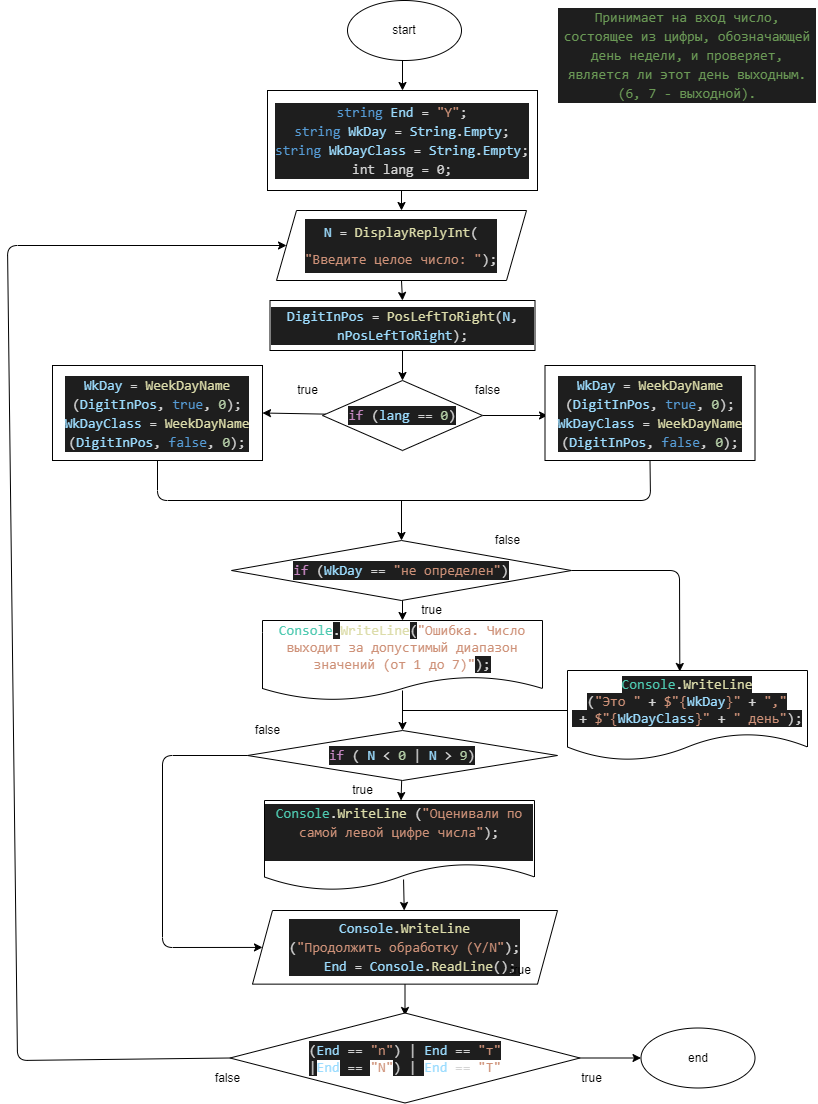
Above: Sem002_015/Blockchart015.drawio.png in ValeriiLubiako/C-Sharp_Repo (draw.io), before the change. Source tidied: cells renumbered, new cells last; positions are measured from the earlier drawing's top-left corner, leaving out a move shared by most shapes.
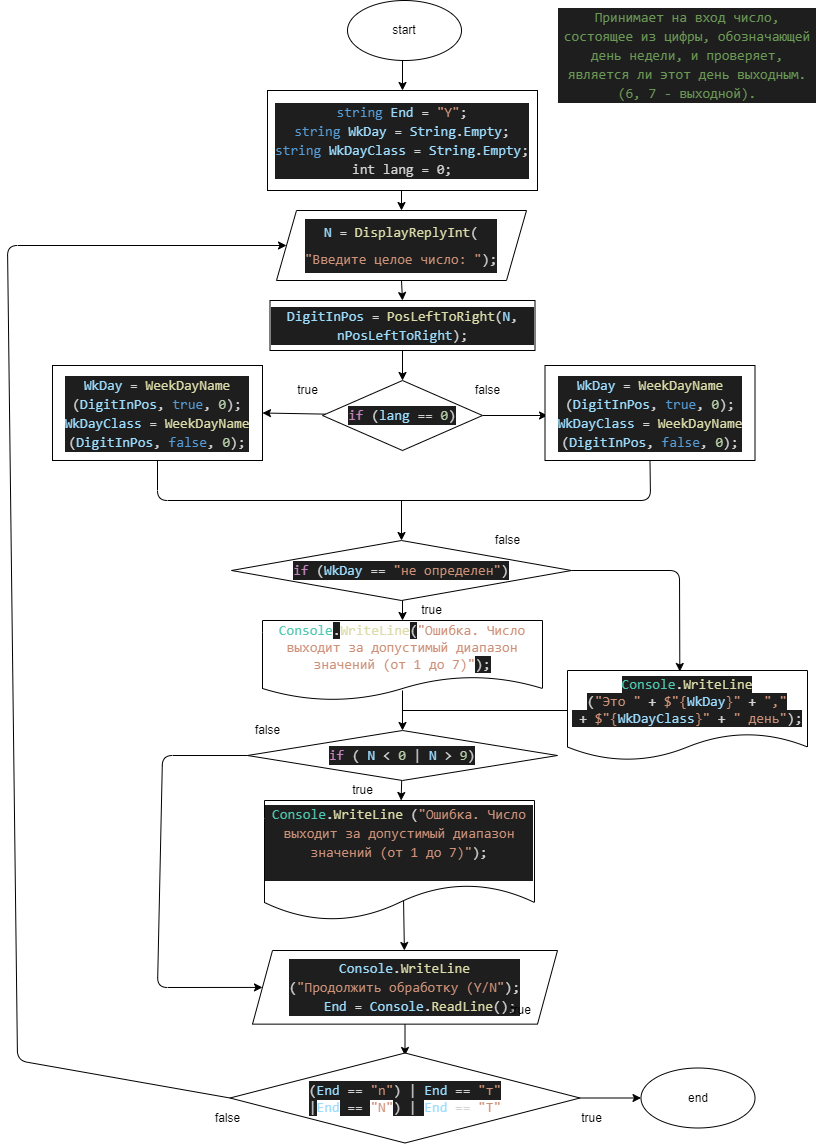
Above is the later version.

The edit, as a diff of the source:
```diff
@@ -47,11 +47,11 @@
     </mxCell>
     <mxCell id="13" style="edgeStyle=none;html=1;exitX=0.5;exitY=1;exitDx=0;exitDy=0;entryX=0.5;entryY=0;entryDx=0;entryDy=0;" parent="1" edge="1" source="14">
       <mxGeometry relative="1" as="geometry">
-        <mxPoint x="397.5" y="1015" as="targetPoint" />
+        <mxPoint x="397.5" y="1055" as="targetPoint" />
       </mxGeometry>
     </mxCell>
     <mxCell id="14" value="&lt;div style=&quot;background-color: rgb(30 , 30 , 30) ; font-family: &amp;#34;consolas&amp;#34; , &amp;#34;courier new&amp;#34; , monospace ; font-size: 14px ; line-height: 19px&quot;&gt;&lt;div style=&quot;font-family: &amp;#34;consolas&amp;#34; , &amp;#34;courier new&amp;#34; , monospace ; line-height: 19px&quot;&gt;&lt;div style=&quot;color: rgb(212 , 212 , 212)&quot;&gt;&lt;span style=&quot;color: #9cdcfe&quot;&gt;Console&lt;/span&gt;.&lt;span style=&quot;color: #dcdcaa&quot;&gt;WriteLine&lt;/span&gt;&lt;/div&gt;&lt;div&gt;&lt;font color=&quot;#d4d4d4&quot;&gt;(&lt;/font&gt;&lt;span style=&quot;color: rgb(206 , 145 , 120)&quot;&gt;&quot;Продолжить обработку (Y/N&quot;&lt;/span&gt;&lt;font color=&quot;#d4d4d4&quot;&gt;);&lt;/font&gt;&lt;/div&gt;&lt;div style=&quot;color: rgb(212 , 212 , 212)&quot;&gt;&amp;nbsp; &amp;nbsp; &lt;span style=&quot;color: #9cdcfe&quot;&gt;End&lt;/span&gt; = &lt;span style=&quot;color: #9cdcfe&quot;&gt;Console&lt;/span&gt;.&lt;span style=&quot;color: #dcdcaa&quot;&gt;ReadLine&lt;/span&gt;();&lt;/div&gt;&lt;/div&gt;&lt;/div&gt;" style="shape=parallelogram;perimeter=parallelogramPerimeter;whiteSpace=wrap;html=1;fixedSize=1;" parent="1" vertex="1">
-      <mxGeometry x="245" y="910" width="305" height="73.6" as="geometry" />
+      <mxGeometry x="245" y="950" width="305" height="73.6" as="geometry" />
     </mxCell>
     <mxCell id="15" style="edgeStyle=none;html=1;exitX=0;exitY=0.5;exitDx=0;exitDy=0;entryX=0;entryY=0.5;entryDx=0;entryDy=0;" parent="1" edge="1" source="17" target="21">
       <mxGeometry relative="1" as="geometry">
@@ -65,16 +65,16 @@
       <mxGeometry relative="1" as="geometry" />
     </mxCell>
     <mxCell id="17" value="&lt;div style=&quot;color: rgb(212 , 212 , 212) ; background-color: rgb(30 , 30 , 30) ; font-family: &amp;#34;consolas&amp;#34; , &amp;#34;courier new&amp;#34; , monospace ; font-size: 14px ; line-height: 19px&quot;&gt;(&lt;span style=&quot;color: #9cdcfe&quot;&gt;End&lt;/span&gt; == &lt;span style=&quot;color: #ce9178&quot;&gt;&quot;n&quot;&lt;/span&gt;) |&amp;nbsp;&lt;span style=&quot;color: rgb(156 , 220 , 254)&quot;&gt;End&lt;/span&gt;&lt;span&gt; == &lt;/span&gt;&lt;span style=&quot;color: rgb(206 , 145 , 120)&quot;&gt;&quot;т&quot;&lt;/span&gt;&lt;/div&gt;&lt;span style=&quot;color: rgb(212 , 212 , 212) ; font-family: &amp;#34;consolas&amp;#34; , &amp;#34;courier new&amp;#34; , monospace ; font-size: 14px ; background-color: rgb(30 , 30 , 30)&quot;&gt;|&lt;/span&gt;&lt;span style=&quot;font-family: &amp;#34;consolas&amp;#34; , &amp;#34;courier new&amp;#34; , monospace ; font-size: 14px ; color: rgb(156 , 220 , 254)&quot;&gt;End&lt;/span&gt;&lt;span style=&quot;color: rgb(212 , 212 , 212) ; font-family: &amp;#34;consolas&amp;#34; , &amp;#34;courier new&amp;#34; , monospace ; font-size: 14px ; background-color: rgb(30 , 30 , 30)&quot;&gt;&amp;nbsp;==&amp;nbsp;&lt;/span&gt;&lt;span style=&quot;font-family: &amp;#34;consolas&amp;#34; , &amp;#34;courier new&amp;#34; , monospace ; font-size: 14px ; color: rgb(206 , 145 , 120)&quot;&gt;&quot;N&quot;&lt;/span&gt;&lt;span style=&quot;color: rgb(212 , 212 , 212) ; font-family: &amp;#34;consolas&amp;#34; , &amp;#34;courier new&amp;#34; , monospace ; font-size: 14px ; background-color: rgb(30 , 30 , 30)&quot;&gt;) |&amp;nbsp;&lt;/span&gt;&lt;span style=&quot;font-family: &amp;#34;consolas&amp;#34; , &amp;#34;courier new&amp;#34; , monospace ; font-size: 14px ; color: rgb(156 , 220 , 254)&quot;&gt;End&lt;/span&gt;&lt;span style=&quot;color: rgb(212 , 212 , 212) ; font-family: &amp;#34;consolas&amp;#34; , &amp;#34;courier new&amp;#34; , monospace ; font-size: 14px&quot;&gt;&amp;nbsp;==&amp;nbsp;&lt;/span&gt;&lt;span style=&quot;font-family: &amp;#34;consolas&amp;#34; , &amp;#34;courier new&amp;#34; , monospace ; font-size: 14px ; color: rgb(206 , 145 , 120)&quot;&gt;&quot;Т&quot;&lt;/span&gt;" style="rhombus;whiteSpace=wrap;html=1;" parent="1" vertex="1">
-      <mxGeometry x="222.5" y="1012.5" width="350" height="90" as="geometry" />
+      <mxGeometry x="222.5" y="1052.5" width="350" height="90" as="geometry" />
     </mxCell>
     <mxCell id="18" value="false" style="text;html=1;align=center;verticalAlign=middle;strokeColor=none;fillColor=none;" parent="1" vertex="1">
-      <mxGeometry x="200" y="1067.5" width="40" height="20" as="geometry" />
+      <mxGeometry x="200" y="1107.5" width="40" height="20" as="geometry" />
     </mxCell>
     <mxCell id="19" value="true" style="text;html=1;align=center;verticalAlign=middle;strokeColor=none;fillColor=none;" parent="1" vertex="1">
       <mxGeometry x="404" y="600" width="40" height="20" as="geometry" />
     </mxCell>
     <mxCell id="20" value="true" style="text;html=1;align=center;verticalAlign=middle;strokeColor=none;fillColor=none;" parent="1" vertex="1">
-      <mxGeometry x="492.5" y="960" width="40" height="20" as="geometry" />
+      <mxGeometry x="492.5" y="1000" width="40" height="20" as="geometry" />
     </mxCell>
     <mxCell id="21" value="&lt;div style=&quot;color: rgb(212 , 212 , 212) ; background-color: rgb(30 , 30 , 30) ; font-family: &amp;#34;consolas&amp;#34; , &amp;#34;courier new&amp;#34; , monospace ; font-size: 20px ; line-height: 27px&quot;&gt;&lt;div style=&quot;font-size: 14px&quot;&gt;&lt;span style=&quot;color: rgb(156 , 220 , 254)&quot;&gt;N&lt;/span&gt;&amp;nbsp;=&amp;nbsp;&lt;span style=&quot;color: rgb(220 , 220 , 170)&quot;&gt;DisplayReplyInt&lt;/span&gt;(&lt;/div&gt;&lt;div style=&quot;font-size: 14px&quot;&gt;&lt;span style=&quot;color: rgb(206 , 145 , 120)&quot;&gt;&quot;Введите целое число: &quot;&lt;/span&gt;);&lt;/div&gt;&lt;/div&gt;" style="shape=parallelogram;perimeter=parallelogramPerimeter;whiteSpace=wrap;html=1;fixedSize=1;" parent="1" vertex="1">
       <mxGeometry x="269" y="210" width="250" height="70" as="geometry" />
@@ -105,11 +105,11 @@
     <mxCell id="27" value="&lt;span style=&quot;font-family: &amp;#34;consolas&amp;#34; , &amp;#34;courier new&amp;#34; , monospace ; font-size: 14px ; color: rgb(78 , 201 , 176)&quot;&gt;Console&lt;/span&gt;&lt;span style=&quot;color: rgb(212 , 212 , 212) ; font-family: &amp;#34;consolas&amp;#34; , &amp;#34;courier new&amp;#34; , monospace ; font-size: 14px ; background-color: rgb(30 , 30 , 30)&quot;&gt;.&lt;/span&gt;&lt;span style=&quot;font-family: &amp;#34;consolas&amp;#34; , &amp;#34;courier new&amp;#34; , monospace ; font-size: 14px ; color: rgb(220 , 220 , 170)&quot;&gt;WriteLine&lt;/span&gt;&lt;span style=&quot;color: rgb(212 , 212 , 212) ; font-family: &amp;#34;consolas&amp;#34; , &amp;#34;courier new&amp;#34; , monospace ; font-size: 14px ; background-color: rgb(30 , 30 , 30)&quot;&gt;(&lt;/span&gt;&lt;span style=&quot;font-family: &amp;#34;consolas&amp;#34; , &amp;#34;courier new&amp;#34; , monospace ; font-size: 14px ; color: rgb(206 , 145 , 120)&quot;&gt;&quot;Ошибка. Число выходит за допустимый диапазон значений (от 1 до 7)&quot;&lt;/span&gt;&lt;span style=&quot;color: rgb(212 , 212 , 212) ; font-family: &amp;#34;consolas&amp;#34; , &amp;#34;courier new&amp;#34; , monospace ; font-size: 14px ; background-color: rgb(30 , 30 , 30)&quot;&gt;);&lt;/span&gt;" style="shape=document;whiteSpace=wrap;html=1;boundedLbl=1;" parent="1" vertex="1">
       <mxGeometry x="255" y="620" width="280" height="80" as="geometry" />
     </mxCell>
-    <mxCell id="28" style="edgeStyle=none;html=1;exitX=0.515;exitY=0.878;exitDx=0;exitDy=0;exitPerimeter=0;" parent="1" edge="1" source="29" target="14">
+    <mxCell id="28" style="edgeStyle=none;html=1;exitX=0.515;exitY=0.833;exitDx=0;exitDy=0;exitPerimeter=0;" parent="1" edge="1" source="29" target="14">
       <mxGeometry relative="1" as="geometry" />
     </mxCell>
-    <mxCell id="29" value="&lt;div style=&quot;color: rgb(212 , 212 , 212) ; background-color: rgb(30 , 30 , 30) ; font-family: &amp;#34;consolas&amp;#34; , &amp;#34;courier new&amp;#34; , monospace ; font-size: 14px ; line-height: 19px&quot;&gt;&lt;div&gt;&lt;span style=&quot;color: #4ec9b0&quot;&gt;Console&lt;/span&gt;.&lt;span style=&quot;color: #dcdcaa&quot;&gt;WriteLine&lt;/span&gt; (&lt;span style=&quot;color: #ce9178&quot;&gt;&quot;Оценивали по самой левой цифре числа&quot;&lt;/span&gt;);&lt;/div&gt;&lt;br&gt;&lt;/div&gt;" style="shape=document;whiteSpace=wrap;html=1;boundedLbl=1;" parent="1" vertex="1">
-      <mxGeometry x="257" y="800" width="270" height="90" as="geometry" />
+    <mxCell id="29" value="&lt;div style=&quot;color: rgb(212 , 212 , 212) ; background-color: rgb(30 , 30 , 30) ; font-family: &amp;#34;consolas&amp;#34; , &amp;#34;courier new&amp;#34; , monospace ; font-size: 14px ; line-height: 19px&quot;&gt;&lt;div&gt;&lt;span style=&quot;color: #4ec9b0&quot;&gt;Console&lt;/span&gt;.&lt;span style=&quot;color: #dcdcaa&quot;&gt;WriteLine&lt;/span&gt; (&lt;span style=&quot;color: #ce9178&quot;&gt;&quot;&lt;/span&gt;&lt;span style=&quot;color: rgb(206 , 145 , 120) ; font-family: &amp;#34;consolas&amp;#34; , &amp;#34;courier new&amp;#34; , monospace&quot;&gt;Ошибка. Число выходит за допустимый диапазон значений (от 1 до 7)&quot;&lt;/span&gt;);&lt;br&gt;&lt;/div&gt;&lt;br&gt;&lt;/div&gt;" style="shape=document;whiteSpace=wrap;html=1;boundedLbl=1;" parent="1" vertex="1">
+      <mxGeometry x="257" y="800" width="270" height="120" as="geometry" />
     </mxCell>
     <mxCell id="30" value="true" style="text;html=1;align=center;verticalAlign=middle;strokeColor=none;fillColor=none;" parent="1" vertex="1">
       <mxGeometry x="335" y="780" width="40" height="20" as="geometry" />
@@ -121,7 +121,7 @@
       <mxGeometry relative="1" as="geometry">
         <Array as="points">
           <mxPoint x="155" y="755" />
-          <mxPoint x="155" y="947" />
+          <mxPoint x="150" y="987" />
         </Array>
       </mxGeometry>
     </mxCell>
@@ -149,10 +149,10 @@
       <mxGeometry x="280" y="380" width="40" height="20" as="geometry" />
     </mxCell>
     <mxCell id="40" value="end" style="ellipse;whiteSpace=wrap;html=1;" parent="1" vertex="1">
-      <mxGeometry x="633.5" y="1027.5" width="114" height="60" as="geometry" />
+      <mxGeometry x="633.5" y="1067.5" width="114" height="60" as="geometry" />
     </mxCell>
     <mxCell id="41" value="true" style="text;html=1;align=center;verticalAlign=middle;strokeColor=none;fillColor=none;" parent="1" vertex="1">
-      <mxGeometry x="564" y="1067.5" width="40" height="20" as="geometry" />
+      <mxGeometry x="564" y="1107.5" width="40" height="20" as="geometry" />
     </mxCell>
     <mxCell id="42" style="endArrow=none;html=1;entryX=0.5;entryY=1;entryDx=0;entryDy=0;exitX=0.5;exitY=1;exitDx=0;exitDy=0;" parent="1" edge="1" source="37" target="36">
       <mxGeometry relative="1" as="geometry">
```
